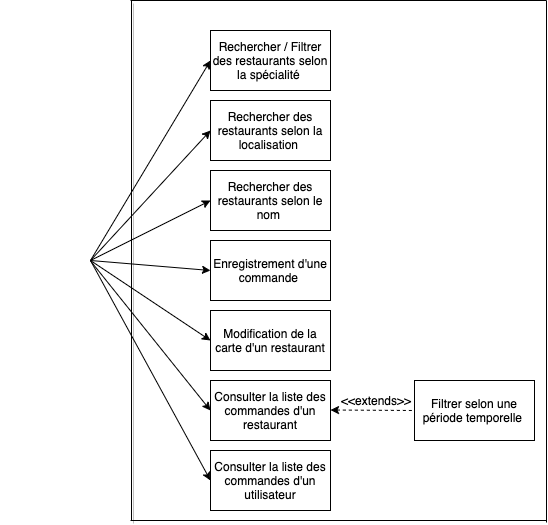
Before: diagrammes/diagramme_utilisation_API.png, a diagram exported from draw.io (TheAIWizard/Ensaeats). Source tidied: cells renumbered, new cells last; positions are measured from the earlier drawing's top-left corner, leaving out a move shared by most shapes.
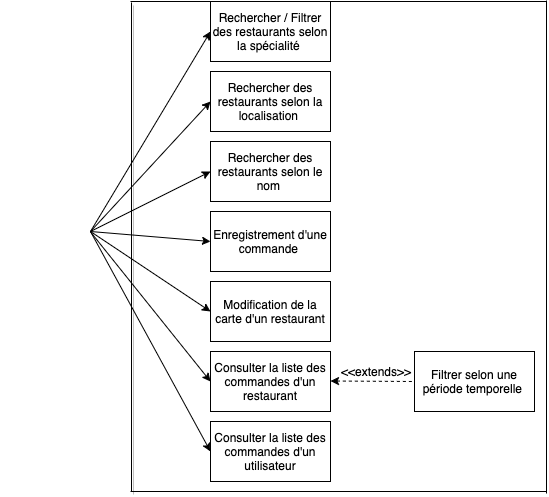
After the commit.

Diff of the diagram source:
```diff
@@ -5,7 +5,7 @@
     <mxCell id="2" style="endArrow=none;html=1;shadow=1;strokeColor=#000000;" parent="1" edge="1">
       <mxGeometry relative="1" as="geometry">
         <mxPoint x="131" y="520" as="sourcePoint" />
-        <mxPoint x="131" as="targetPoint" />
+        <mxPoint x="131" y="31" as="targetPoint" />
       </mxGeometry>
     </mxCell>
     <mxCell id="3" style="endArrow=classic;html=1;entryX=0;entryY=0.5;entryDx=0;entryDy=0;strokeColor=#000000;" parent="1" edge="1" target="4">
@@ -60,19 +60,19 @@
     <mxCell id="14" style="endArrow=none;html=1;strokeColor=#000000;" parent="1" edge="1">
       <mxGeometry relative="1" as="geometry">
         <mxPoint x="546" y="522" as="sourcePoint" />
-        <mxPoint x="546" as="targetPoint" />
+        <mxPoint x="546" y="29" as="targetPoint" />
       </mxGeometry>
     </mxCell>
     <mxCell id="15" style="endArrow=none;html=1;strokeColor=#000000;" parent="1" edge="1">
       <mxGeometry relative="1" as="geometry">
-        <mxPoint x="130" as="sourcePoint" />
-        <mxPoint x="546" as="targetPoint" />
+        <mxPoint x="130" y="30" as="sourcePoint" />
+        <mxPoint x="546" y="30" as="targetPoint" />
         <Array as="points">
-          <mxPoint x="130" />
+          <mxPoint x="130" y="30" />
         </Array>
       </mxGeometry>
     </mxCell>
-    <mxCell id="16" style="dashed=0;verticalLabelPosition=bottom;verticalAlign=top;align=center;html=1;shape=mxgraph.aws3.workspaces;gradientDirection=north;" parent="1" vertex="1">
+    <mxCell id="16" style="dashed=0;verticalLabelPosition=bottom;verticalAlign=top;align=center;html=1;shape=mxgraph.aws3.workspaces;gradientDirection=north;strokeColor=#FFFFFF;fillColor=#FFFFFF;" parent="1" vertex="1">
       <mxGeometry y="210" width="82.5" height="94.5" as="geometry" />
     </mxCell>
     <mxCell id="17" style="endArrow=classic;html=1;entryX=0;entryY=0.5;entryDx=0;entryDy=0;strokeColor=#000000;" parent="1" edge="1" target="18">
```
